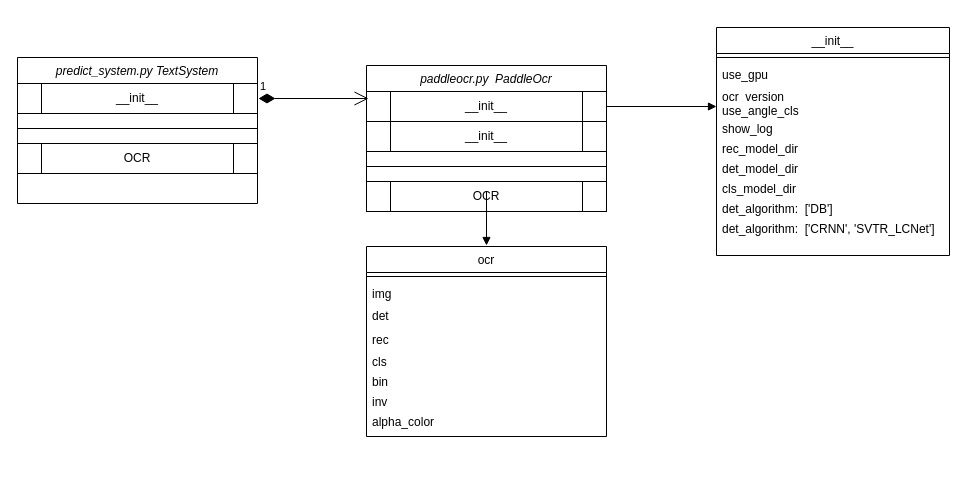
Earlier version of the draw.io diagram Untitled Diagram.drawio (yajunsn/flow). Source tidied: cells renumbered, new cells numbered last; positions are measured from the earlier drawing's top-left corner, leaving out a move shared by most shapes. Both pictures are drawn from the tidied source at 100%, with x=0, y=0 at pixel (17, 27).
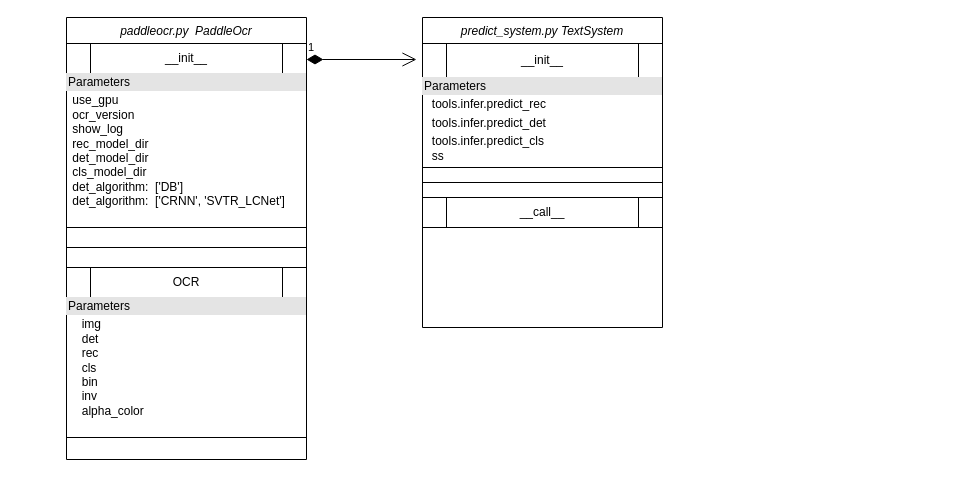
Above is the later version.

The change refers to these unchanged cells:
```xml
<mxCell id="3" value="&lt;span style=&quot;text-wrap: nowrap;&quot;&gt;__init__&lt;/span&gt;" style="shape=process;whiteSpace=wrap;html=1;backgroundOutline=1;" parent="2" vertex="1">
  <mxGeometry y="26" width="240" height="30" as="geometry" />
</mxCell>
```

Diff of the diagram source:
```diff
@@
     <mxCell id="2" value="paddleocr.py  PaddleOcr" style="swimlane;fontStyle=2;align=center;verticalAlign=top;horizontal=1;startSize=26;rounded=0;shadow=0;strokeWidth=1;" parent="1" vertex="1">
-      <mxGeometry x="349" y="38" width="240" height="146" as="geometry" />
+      <mxGeometry x="49" y="-10" width="240" height="442" as="geometry" />
     </mxCell>
@@
-    <mxCell id="4" value="&lt;span style=&quot;text-wrap: nowrap;&quot;&gt;__init__&lt;/span&gt;" style="shape=process;whiteSpace=wrap;html=1;backgroundOutline=1;" parent="2" vertex="1">
-      <mxGeometry y="56" width="240" height="30" as="geometry" />
-    </mxCell>
+    <mxCell id="34" value="&lt;div style=&quot;box-sizing:border-box;width:100%;background:#e4e4e4;padding:2px;&quot;&gt;Parameters&lt;/div&gt;&lt;table style=&quot;width:100%;font-size:1em;&quot; cellpadding=&quot;2&quot; cellspacing=&quot;0&quot;&gt;&lt;tbody&gt;&lt;tr&gt;&lt;td&gt;&lt;br&gt;&lt;/td&gt;&lt;td&gt;&lt;span style=&quot;text-wrap: nowrap;&quot;&gt;use_gpu&lt;br&gt;&lt;/span&gt;ocr_version&lt;br&gt;show_log&lt;br&gt;rec_model_dir&lt;br&gt;det_model_dir&lt;br&gt;cls_model_dir&lt;br&gt;&lt;span style=&quot;text-wrap: nowrap;&quot;&gt;det_algorithm:&amp;nbsp;&amp;nbsp;['DB']&lt;br&gt;&lt;/span&gt;&lt;span style=&quot;text-wrap: nowrap;&quot;&gt;det_algorithm:&amp;nbsp;&amp;nbsp;['CRNN', 'SVTR_LCNet']&lt;/span&gt;&lt;br&gt;&lt;/td&gt;&lt;/tr&gt;&lt;tr&gt;&lt;td&gt;&lt;br&gt;&lt;/td&gt;&lt;td&gt;&lt;br&gt;&lt;/td&gt;&lt;/tr&gt;&lt;tr&gt;&lt;td&gt;&lt;/td&gt;&lt;td&gt;&lt;br&gt;&lt;/td&gt;&lt;/tr&gt;&lt;/tbody&gt;&lt;/table&gt;" style="verticalAlign=top;align=left;overflow=fill;html=1;whiteSpace=wrap;" parent="2" vertex="1">
+      <mxGeometry y="56" width="240" height="154" as="geometry" />
+    </mxCell>
     <mxCell id="5" style="line;html=1;strokeWidth=1;align=left;verticalAlign=middle;spacingTop=-1;spacingLeft=3;spacingRight=3;labelPosition=right;" parent="2" vertex="1">
-      <mxGeometry y="86" width="240" height="30" as="geometry" />
+      <mxGeometry y="210" width="240" height="40" as="geometry" />
     </mxCell>
     <mxCell id="6" value="OCR" style="shape=process;whiteSpace=wrap;html=1;backgroundOutline=1;" parent="2" vertex="1">
-      <mxGeometry y="116" width="240" height="30" as="geometry" />
+      <mxGeometry y="250" width="240" height="30" as="geometry" />
     </mxCell>
-    <mxCell id="7" value="__init__" style="swimlane;fontStyle=0;align=center;verticalAlign=top;horizontal=1;startSize=26;rounded=0;shadow=0;strokeWidth=1;" parent="1" vertex="1">
-      <mxGeometry x="699" width="233" height="228" as="geometry" />
-    </mxCell>
-    <mxCell id="8" style="line;html=1;strokeWidth=1;align=left;verticalAlign=middle;spacingTop=-1;spacingLeft=3;spacingRight=3;labelPosition=right;" parent="7" vertex="1">
-      <mxGeometry y="26" width="233" height="8" as="geometry" />
-    </mxCell>
-    <mxCell id="9" value="use_gpu" style="text;align=left;verticalAlign=top;spacingLeft=4;spacingRight=4;overflow=hidden;rounded=0;shadow=0;html=0;" parent="7" vertex="1">
-      <mxGeometry y="34" width="233" height="22" as="geometry" />
-    </mxCell>
-    <mxCell id="10" value="ocr_version" style="text;align=left;verticalAlign=top;spacingLeft=4;spacingRight=4;overflow=hidden;rounded=0;shadow=0;html=0;" parent="7" vertex="1">
-      <mxGeometry y="56" width="233" height="14" as="geometry" />
-    </mxCell>
-    <mxCell id="11" value="use_angle_cls" style="text;align=left;verticalAlign=top;spacingLeft=4;spacingRight=4;overflow=hidden;points=[[0,0.5],[1,0.5]];portConstraint=eastwest;rounded=0;shadow=0;html=0;" parent="7" vertex="1">
-      <mxGeometry y="70" width="233" height="18" as="geometry" />
-    </mxCell>
-    <mxCell id="12" value="show_log" style="text;align=left;verticalAlign=top;spacingLeft=4;spacingRight=4;overflow=hidden;" parent="7" vertex="1">
-      <mxGeometry y="88" width="233" height="20" as="geometry" />
-    </mxCell>
-    <mxCell id="13" value="rec_model_dir" style="text;align=left;verticalAlign=top;spacingLeft=4;spacingRight=4;overflow=hidden;" parent="7" vertex="1">
-      <mxGeometry y="108" width="233" height="20" as="geometry" />
-    </mxCell>
-    <mxCell id="14" value="det_model_dir" style="text;align=left;verticalAlign=top;spacingLeft=4;spacingRight=4;overflow=hidden;" parent="7" vertex="1">
-      <mxGeometry y="128" width="233" height="20" as="geometry" />
-    </mxCell>
-    <mxCell id="15" value="cls_model_dir" style="text;align=left;verticalAlign=top;spacingLeft=4;spacingRight=4;overflow=hidden;" parent="7" vertex="1">
-      <mxGeometry y="148" width="233" height="20" as="geometry" />
-    </mxCell>
-    <mxCell id="16" value="det_algorithm:  ['DB']" style="text;align=left;verticalAlign=top;spacingLeft=4;spacingRight=4;overflow=hidden;" parent="7" vertex="1">
-      <mxGeometry y="168" width="233" height="20" as="geometry" />
-    </mxCell>
-    <mxCell id="17" value="det_algorithm:  ['CRNN', 'SVTR_LCNet']" style="text;align=left;verticalAlign=top;spacingLeft=4;spacingRight=4;overflow=hidden;" parent="7" vertex="1">
-      <mxGeometry y="188" width="233" height="40" as="geometry" />
-    </mxCell>
-    <mxCell id="18" style="endArrow=block;endFill=1;html=1;edgeStyle=orthogonalEdgeStyle;align=left;verticalAlign=top;rounded=0;exitX=0.5;exitY=1;exitDx=0;exitDy=0;entryX=0.5;entryY=0;entryDx=0;entryDy=0;" parent="1" edge="1">
-      <mxGeometry x="-1" relative="1" as="geometry">
-        <mxPoint x="469" y="164" as="sourcePoint" />
-        <mxPoint x="469" y="218" as="targetPoint" />
-      </mxGeometry>
-    </mxCell>
-    <mxCell id="19" style="endArrow=block;endFill=1;html=1;edgeStyle=orthogonalEdgeStyle;align=left;verticalAlign=top;rounded=0;exitX=1;exitY=0.5;exitDx=0;exitDy=0;entryX=0;entryY=0.5;entryDx=0;entryDy=0;" parent="1" edge="1" source="3" target="11">
-      <mxGeometry x="-1" relative="1" as="geometry" />
-    </mxCell>
-    <mxCell id="20" value="ocr" style="swimlane;fontStyle=0;align=center;verticalAlign=top;horizontal=1;startSize=26;rounded=0;shadow=0;strokeWidth=1;" parent="1" vertex="1">
-      <mxGeometry x="349" y="219" width="240" height="190" as="geometry" />
-    </mxCell>
-    <mxCell id="21" style="line;html=1;strokeWidth=1;align=left;verticalAlign=middle;spacingTop=-1;spacingLeft=3;spacingRight=3;labelPosition=right;" parent="20" vertex="1">
-      <mxGeometry y="26" width="240" height="8" as="geometry" />
-    </mxCell>
-    <mxCell id="22" value="img" style="text;align=left;verticalAlign=top;spacingLeft=4;spacingRight=4;overflow=hidden;rounded=0;shadow=0;html=0;" parent="20" vertex="1">
-      <mxGeometry y="34" width="240" height="22" as="geometry" />
-    </mxCell>
-    <mxCell id="23" value="det" style="text;align=left;verticalAlign=top;spacingLeft=4;spacingRight=4;overflow=hidden;rounded=0;shadow=0;html=0;" parent="20" vertex="1">
-      <mxGeometry y="56" width="240" height="24" as="geometry" />
-    </mxCell>
-    <mxCell id="24" value="rec" style="text;align=left;verticalAlign=top;spacingLeft=4;spacingRight=4;overflow=hidden;rounded=0;shadow=0;html=0;" parent="20" vertex="1">
-      <mxGeometry y="80" width="240" height="22" as="geometry" />
-    </mxCell>
-    <mxCell id="25" value="cls" style="text;align=left;verticalAlign=top;spacingLeft=4;spacingRight=4;overflow=hidden;" parent="20" vertex="1">
-      <mxGeometry y="102" width="240" height="20" as="geometry" />
-    </mxCell>
-    <mxCell id="26" value="bin" style="text;align=left;verticalAlign=top;spacingLeft=4;spacingRight=4;overflow=hidden;" parent="20" vertex="1">
-      <mxGeometry y="122" width="240" height="20" as="geometry" />
-    </mxCell>
-    <mxCell id="27" value="inv" style="text;align=left;verticalAlign=top;spacingLeft=4;spacingRight=4;overflow=hidden;" parent="20" vertex="1">
-      <mxGeometry y="142" width="240" height="20" as="geometry" />
-    </mxCell>
-    <mxCell id="28" value="alpha_color" style="text;align=left;verticalAlign=top;spacingLeft=4;spacingRight=4;overflow=hidden;" parent="20" vertex="1">
-      <mxGeometry y="162" width="240" height="20" as="geometry" />
-    </mxCell>
+    <mxCell id="35" value="&lt;div style=&quot;box-sizing:border-box;width:100%;background:#e4e4e4;padding:2px;&quot;&gt;Parameters&lt;/div&gt;&lt;table style=&quot;width:100%;font-size:1em;&quot; cellpadding=&quot;2&quot; cellspacing=&quot;0&quot;&gt;&lt;tbody&gt;&lt;tr&gt;&lt;td&gt;&lt;br&gt;&lt;/td&gt;&lt;td&gt;&lt;span style=&quot;text-wrap: nowrap;&quot;&gt;img&lt;br&gt;&lt;/span&gt;det&lt;br&gt;rec&lt;br&gt;cls&lt;br&gt;bin&lt;br&gt;inv&lt;br&gt;alpha_color&lt;/td&gt;&lt;/tr&gt;&lt;tr&gt;&lt;td&gt;&lt;br&gt;&lt;/td&gt;&lt;td&gt;&lt;br&gt;&lt;/td&gt;&lt;/tr&gt;&lt;tr&gt;&lt;td&gt;&lt;/td&gt;&lt;td&gt;&lt;br&gt;&lt;/td&gt;&lt;/tr&gt;&lt;/tbody&gt;&lt;/table&gt;" style="verticalAlign=top;align=left;overflow=fill;html=1;whiteSpace=wrap;" parent="2" vertex="1">
+      <mxGeometry y="280" width="240" height="140" as="geometry" />
+    </mxCell>
     <mxCell id="29" value="predict_system.py TextSystem" style="swimlane;fontStyle=2;align=center;verticalAlign=top;horizontal=1;startSize=26;rounded=0;shadow=0;strokeWidth=1;" parent="1" vertex="1">
-      <mxGeometry y="30" width="240" height="146" as="geometry" />
+      <mxGeometry x="405" y="-10" width="240" height="310" as="geometry" />
     </mxCell>
     <mxCell id="30" value="&lt;span style=&quot;text-wrap: nowrap;&quot;&gt;__init__&lt;/span&gt;" style="shape=process;whiteSpace=wrap;html=1;backgroundOutline=1;" parent="29" vertex="1">
-      <mxGeometry y="26" width="240" height="30" as="geometry" />
+      <mxGeometry y="26" width="240" height="34" as="geometry" />
     </mxCell>
+    <mxCell id="36" value="&lt;div style=&quot;box-sizing:border-box;width:100%;background:#e4e4e4;padding:2px;&quot;&gt;Parameters&lt;/div&gt;&lt;table style=&quot;width:100%;font-size:1em;&quot; cellpadding=&quot;2&quot; cellspacing=&quot;0&quot;&gt;&lt;tbody&gt;&lt;tr&gt;&lt;td&gt;&lt;br&gt;&lt;/td&gt;&lt;td&gt;tools.infer.predict_rec&lt;/td&gt;&lt;/tr&gt;&lt;tr&gt;&lt;td&gt;&lt;br&gt;&lt;/td&gt;&lt;td&gt;tools.infer.predict_det&lt;/td&gt;&lt;/tr&gt;&lt;tr&gt;&lt;td&gt;&lt;/td&gt;&lt;td&gt;tools.infer.predict_cls&lt;br&gt;ss&lt;/td&gt;&lt;/tr&gt;&lt;/tbody&gt;&lt;/table&gt;" style="verticalAlign=top;align=left;overflow=fill;html=1;whiteSpace=wrap;" parent="29" vertex="1">
+      <mxGeometry y="60" width="240" height="90" as="geometry" />
+    </mxCell>
     <mxCell id="31" style="line;html=1;strokeWidth=1;align=left;verticalAlign=middle;spacingTop=-1;spacingLeft=3;spacingRight=3;labelPosition=right;" parent="29" vertex="1">
-      <mxGeometry y="56" width="240" height="30" as="geometry" />
+      <mxGeometry y="150" width="240" height="30" as="geometry" />
     </mxCell>
-    <mxCell id="32" value="OCR" style="shape=process;whiteSpace=wrap;html=1;backgroundOutline=1;" parent="29" vertex="1">
-      <mxGeometry y="86" width="240" height="30" as="geometry" />
+    <mxCell id="32" value="__call__" style="shape=process;whiteSpace=wrap;html=1;backgroundOutline=1;" parent="29" vertex="1">
+      <mxGeometry y="180" width="240" height="30" as="geometry" />
     </mxCell>
     <mxCell id="33" value="1" style="endArrow=open;html=1;endSize=12;startArrow=diamondThin;startSize=14;startFill=1;edgeStyle=orthogonalEdgeStyle;align=left;verticalAlign=bottom;rounded=0;" parent="1" edge="1">
       <mxGeometry x="-1" y="3" relative="1" as="geometry">
-        <mxPoint x="241" y="71" as="sourcePoint" />
-        <mxPoint x="351" y="71" as="targetPoint" />
+        <mxPoint x="289" y="32" as="sourcePoint" />
+        <mxPoint x="399" y="32" as="targetPoint" />
       </mxGeometry>
     </mxCell>
```
